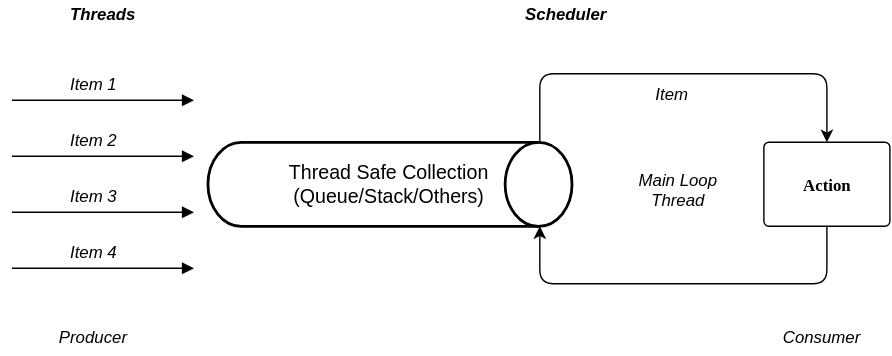
This is doc/images/scheduler-overview.svg from rvhuang/Scheduler, a draw.io export, as it was before one commit. Source tidied: cells renumbered, new cells last; positions are measured from the earlier drawing's top-left corner, leaving out a move shared by most shapes.
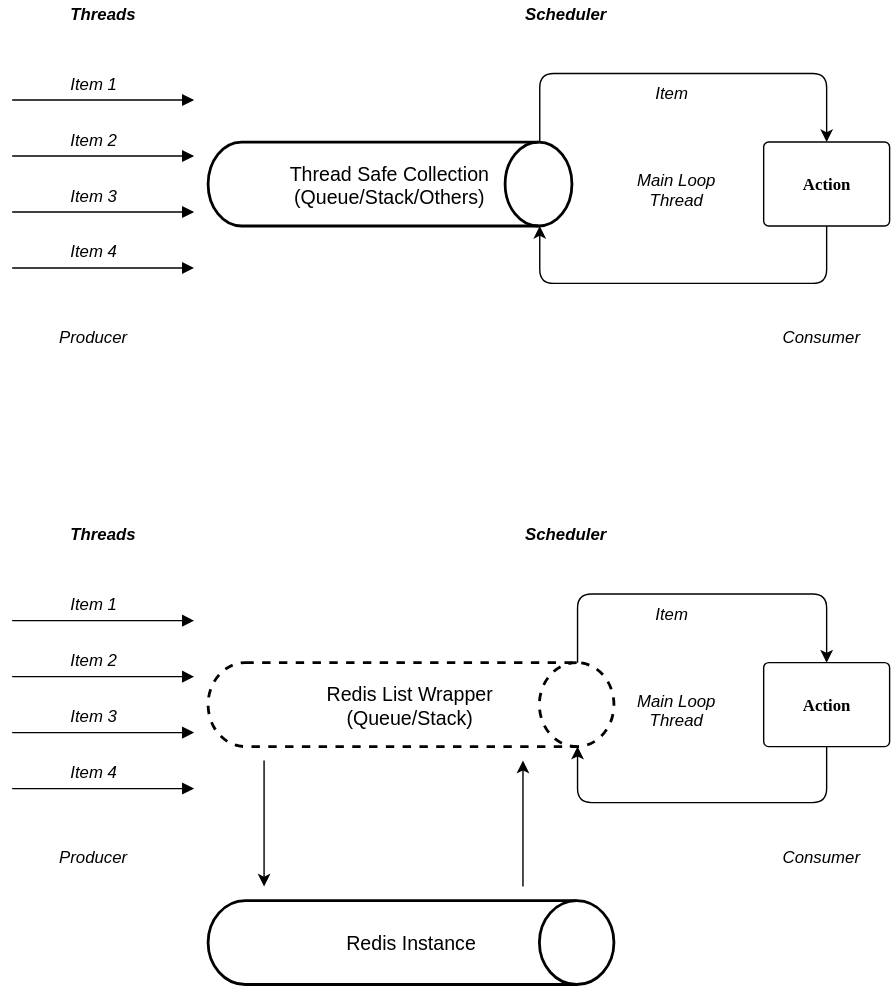
Above is the later version.

What changed in the source:
```diff
@@ -3,25 +3,25 @@
     <mxCell id="0" style="html=1;" />
     <mxCell id="1" style="html=1;" parent="0" />
     <mxCell id="2" style="endArrow=block;strokeColor=#000000;strokeWidth=1;html=1;labelBackgroundColor=none;fontColor=#000000;" parent="1" edge="1">
-      <mxGeometry x="120" y="-541" as="geometry">
+      <mxGeometry x="109" y="-1000" as="geometry">
         <mxPoint y="110" as="sourcePoint" />
         <mxPoint x="130" y="110" as="targetPoint" />
       </mxGeometry>
     </mxCell>
     <mxCell id="3" style="endArrow=block;strokeColor=#000000;strokeWidth=1;html=1;labelBackgroundColor=none;fontColor=#000000;" parent="1" edge="1">
-      <mxGeometry x="120" y="-501" as="geometry">
+      <mxGeometry x="109" y="-960" as="geometry">
         <mxPoint y="150" as="sourcePoint" />
         <mxPoint x="130" y="150" as="targetPoint" />
       </mxGeometry>
     </mxCell>
     <mxCell id="4" style="endArrow=block;strokeColor=#000000;strokeWidth=1;html=1;labelBackgroundColor=none;fontColor=#000000;" parent="1" edge="1">
-      <mxGeometry x="120" y="-581" as="geometry">
+      <mxGeometry x="109" y="-1040" as="geometry">
         <mxPoint y="70" as="sourcePoint" />
         <mxPoint x="130" y="70" as="targetPoint" />
       </mxGeometry>
     </mxCell>
     <mxCell id="5" style="endArrow=block;strokeColor=#000000;strokeWidth=1;html=1;labelBackgroundColor=none;fontColor=#000000;" parent="1" edge="1">
-      <mxGeometry x="120" y="-461" as="geometry">
+      <mxGeometry x="109" y="-920" as="geometry">
         <mxPoint y="190" as="sourcePoint" />
         <mxPoint x="130" y="190" as="targetPoint" />
       </mxGeometry>
@@ -77,5 +77,94 @@
         </Array>
       </mxGeometry>
     </mxCell>
+    <mxCell id="20" style="endArrow=block;strokeColor=#000000;strokeWidth=1;html=1;labelBackgroundColor=none;fontColor=#000000;" parent="1" edge="1">
+      <mxGeometry x="109" y="-628" as="geometry">
+        <mxPoint y="482" as="sourcePoint" />
+        <mxPoint x="130" y="482" as="targetPoint" />
+      </mxGeometry>
+    </mxCell>
+    <mxCell id="21" style="endArrow=block;strokeColor=#000000;strokeWidth=1;html=1;labelBackgroundColor=none;fontColor=#000000;" parent="1" edge="1">
+      <mxGeometry x="109" y="-588" as="geometry">
+        <mxPoint y="522" as="sourcePoint" />
+        <mxPoint x="130" y="522" as="targetPoint" />
+      </mxGeometry>
+    </mxCell>
+    <mxCell id="22" style="endArrow=block;strokeColor=#000000;strokeWidth=1;html=1;labelBackgroundColor=none;fontColor=#000000;" parent="1" edge="1">
+      <mxGeometry x="109" y="-668" as="geometry">
+        <mxPoint y="442" as="sourcePoint" />
+        <mxPoint x="130" y="442" as="targetPoint" />
+      </mxGeometry>
+    </mxCell>
+    <mxCell id="23" style="endArrow=block;strokeColor=#000000;strokeWidth=1;html=1;labelBackgroundColor=none;fontColor=#000000;" parent="1" edge="1">
+      <mxGeometry x="109" y="-548" as="geometry">
+        <mxPoint y="562" as="sourcePoint" />
+        <mxPoint x="130" y="562" as="targetPoint" />
+      </mxGeometry>
+    </mxCell>
+    <mxCell id="24" value="Threads" style="text;spacingTop=-5;fontColor=#000000;fontStyle=3;html=1;gradientColor=none;fillColor=none;strokeColor=none;strokeWidth=1;" parent="1" vertex="1">
+      <mxGeometry x="40" y="372" width="50" height="20" as="geometry" />
+    </mxCell>
+    <mxCell id="25" value="Item 1" style="text;spacingTop=-5;fontColor=#000000;fontStyle=2;html=1;gradientColor=none;fillColor=none;strokeColor=none;strokeWidth=1;" parent="1" vertex="1">
+      <mxGeometry x="40" y="422" width="50" height="20" as="geometry" />
+    </mxCell>
+    <mxCell id="26" value="Item 2" style="text;spacingTop=-5;fontColor=#000000;fontStyle=2;html=1;gradientColor=none;fillColor=none;strokeColor=none;strokeWidth=1;" parent="1" vertex="1">
+      <mxGeometry x="40" y="462" width="50" height="20" as="geometry" />
+    </mxCell>
+    <mxCell id="27" value="Item 3" style="text;spacingTop=-5;fontColor=#000000;fontStyle=2;html=1;gradientColor=none;fillColor=none;strokeColor=none;strokeWidth=1;" parent="1" vertex="1">
+      <mxGeometry x="40" y="502" width="50" height="20" as="geometry" />
+    </mxCell>
+    <mxCell id="28" value="Item 4" style="text;spacingTop=-5;fontColor=#000000;fontStyle=2;html=1;gradientColor=none;fillColor=none;strokeColor=none;strokeWidth=1;" parent="1" vertex="1">
+      <mxGeometry x="40" y="542" width="50" height="20" as="geometry" />
+    </mxCell>
+    <mxCell id="29" value="Scheduler" style="text;spacingTop=-5;fontColor=#000000;fontStyle=3;html=1;gradientColor=none;fillColor=none;strokeColor=none;strokeWidth=1;" parent="1" vertex="1">
+      <mxGeometry x="365" y="372" width="67" height="20" as="geometry" />
+    </mxCell>
+    <mxCell id="30" value="&lt;div&gt;Redis List Wrapper&lt;/div&gt;(Queue/&lt;span&gt;Stack)&lt;/span&gt;" style="strokeWidth=2;html=1;shape=mxgraph.flowchart.direct_data;whiteSpace=wrap;shadow=0;fillColor=#FFFFFF;fontSize=14;align=center;dashed=1;" parent="1" vertex="1">
+      <mxGeometry x="140" y="472" width="290" height="60" as="geometry" />
+    </mxCell>
+    <mxCell id="31" value="Main Loop&lt;div&gt;Thread&lt;/div&gt;" style="text;spacingTop=-5;fontColor=#000000;fontStyle=2;html=1;gradientColor=none;fillColor=none;strokeColor=none;strokeWidth=1;align=center;" parent="1" vertex="1">
+      <mxGeometry x="436" y="491" width="79" height="32" as="geometry" />
+    </mxCell>
+    <mxCell id="32" value="Action" style="shape=mxgraph.flowchart.process;fillColor=#FFFFFF;strokeColor=#000000;strokeWidth=1;whiteSpace=wrap;gradientColor=none;gradientDirection=north;fontColor=#000000;fontStyle=1;fontFamily=Tahoma;html=1;" parent="1" vertex="1">
+      <mxGeometry x="537" y="472" width="90" height="60" as="geometry" />
+    </mxCell>
+    <mxCell id="33" value="Producer" style="text;spacingTop=-5;fontColor=#000000;fontStyle=2;html=1;gradientColor=none;fillColor=none;strokeColor=none;strokeWidth=1;" parent="1" vertex="1">
+      <mxGeometry x="32" y="603" width="67" height="20" as="geometry" />
+    </mxCell>
+    <mxCell id="34" value="Consumer" style="text;spacingTop=-5;fontColor=#000000;fontStyle=2;html=1;gradientColor=none;fillColor=none;strokeColor=none;strokeWidth=1;" parent="1" vertex="1">
+      <mxGeometry x="549" y="603" width="67" height="20" as="geometry" />
+    </mxCell>
+    <mxCell id="35" style="edgeStyle=elbowEdgeStyle;elbow=vertical;endArrow=classic;html=1;exitX=0.91;exitY=0;exitPerimeter=0;entryX=0.5;entryY=0;entryPerimeter=0;" parent="1" edge="1" source="30" target="32">
+      <mxGeometry x="486" y="-687" as="geometry">
+        <Array as="points">
+          <mxPoint x="465" y="423" />
+        </Array>
+      </mxGeometry>
+    </mxCell>
+    <mxCell id="36" value="Item" style="text;spacingTop=-5;fontColor=#000000;fontStyle=2;html=1;gradientColor=none;fillColor=none;strokeColor=none;strokeWidth=1;" parent="1" vertex="1">
+      <mxGeometry x="458" y="429" width="36" height="20" as="geometry" />
+    </mxCell>
+    <mxCell id="37" style="edgeStyle=elbowEdgeStyle;elbow=vertical;endArrow=classic;html=1;exitX=0.5;exitY=1;exitPerimeter=0;entryX=0.91;entryY=1;entryPerimeter=0;" parent="1" edge="1" source="32" target="30">
+      <mxGeometry x="496" y="-677" as="geometry">
+        <Array as="points">
+          <mxPoint x="500" y="572" />
+        </Array>
+      </mxGeometry>
+    </mxCell>
+    <mxCell id="38" value="&lt;div&gt;Redis Instance&lt;/div&gt;" style="strokeWidth=2;html=1;shape=mxgraph.flowchart.direct_data;whiteSpace=wrap;shadow=0;fillColor=#FFFFFF;fontSize=14;align=center;" parent="1" vertex="1">
+      <mxGeometry x="140" y="642" width="290" height="60" as="geometry" />
+    </mxCell>
+    <mxCell id="39" style="endArrow=classic;html=1;" parent="1" edge="1">
+      <mxGeometry relative="1" as="geometry">
+        <mxPoint x="180" y="542" as="sourcePoint" />
+        <mxPoint x="180" y="632" as="targetPoint" />
+      </mxGeometry>
+    </mxCell>
+    <mxCell id="40" style="endArrow=classic;html=1;" parent="1" edge="1">
+      <mxGeometry x="284" y="-558" as="geometry">
+        <mxPoint x="365" y="632" as="sourcePoint" />
+        <mxPoint x="365" y="542" as="targetPoint" />
+      </mxGeometry>
+    </mxCell>
   </root>
 </mxGraphModel>
```
